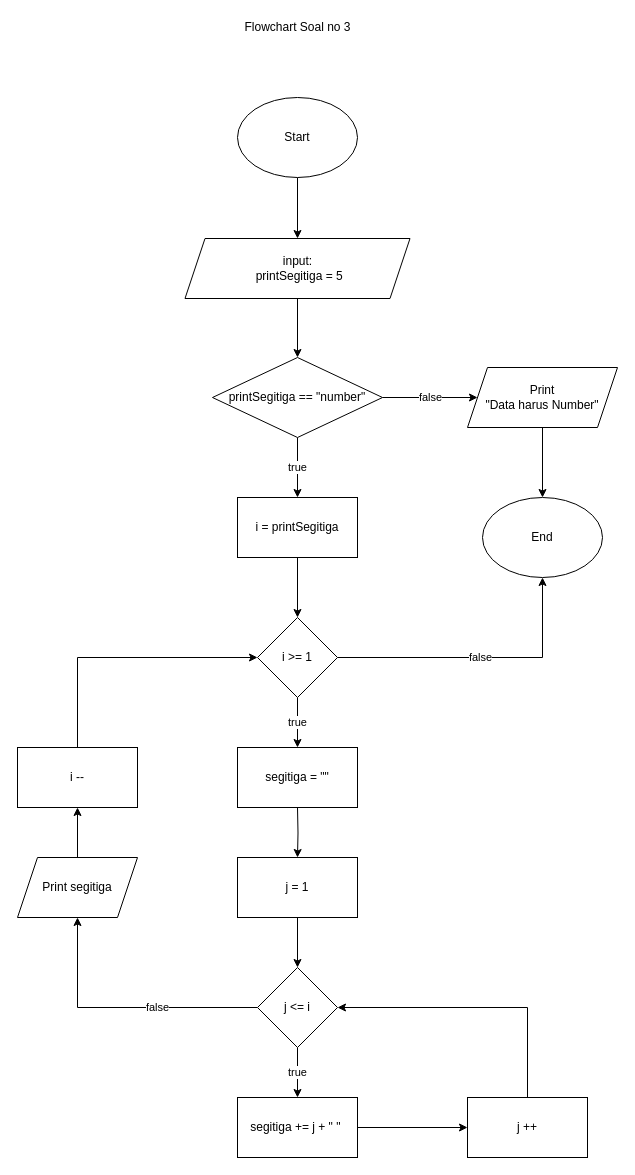
This is soal3Final.drawio from rintosaputro/fw5-additional-flowchart, a draw.io file, before an edit. Source tidied: cells renumbered, new cells numbered last; positions are measured from the earlier drawing's top-left corner, leaving out a move shared by most shapes. Both pictures are drawn from the tidied source at 100%, with x=0, y=0 at pixel (17, 17).
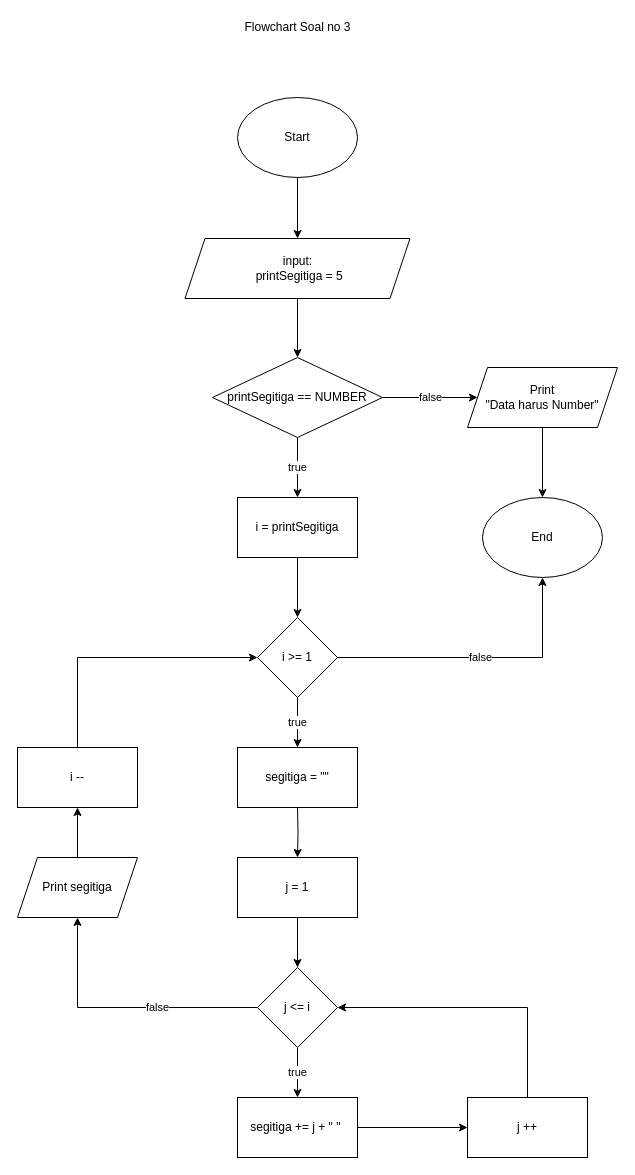
The same diagram, later.

Commit message (it also covers changes not shown here):
perbaikan flowchart

What changed in the source:
```diff
@@
-    <mxCell id="9" value="printSegitiga == &quot;number&quot;" style="rhombus;whiteSpace=wrap;html=1;" parent="1" vertex="1">
+    <mxCell id="9" value="printSegitiga == NUMBER" style="rhombus;whiteSpace=wrap;html=1;" parent="1" vertex="1">
       <mxGeometry x="195" y="340" width="170" height="80" as="geometry" />
     </mxCell>
```
